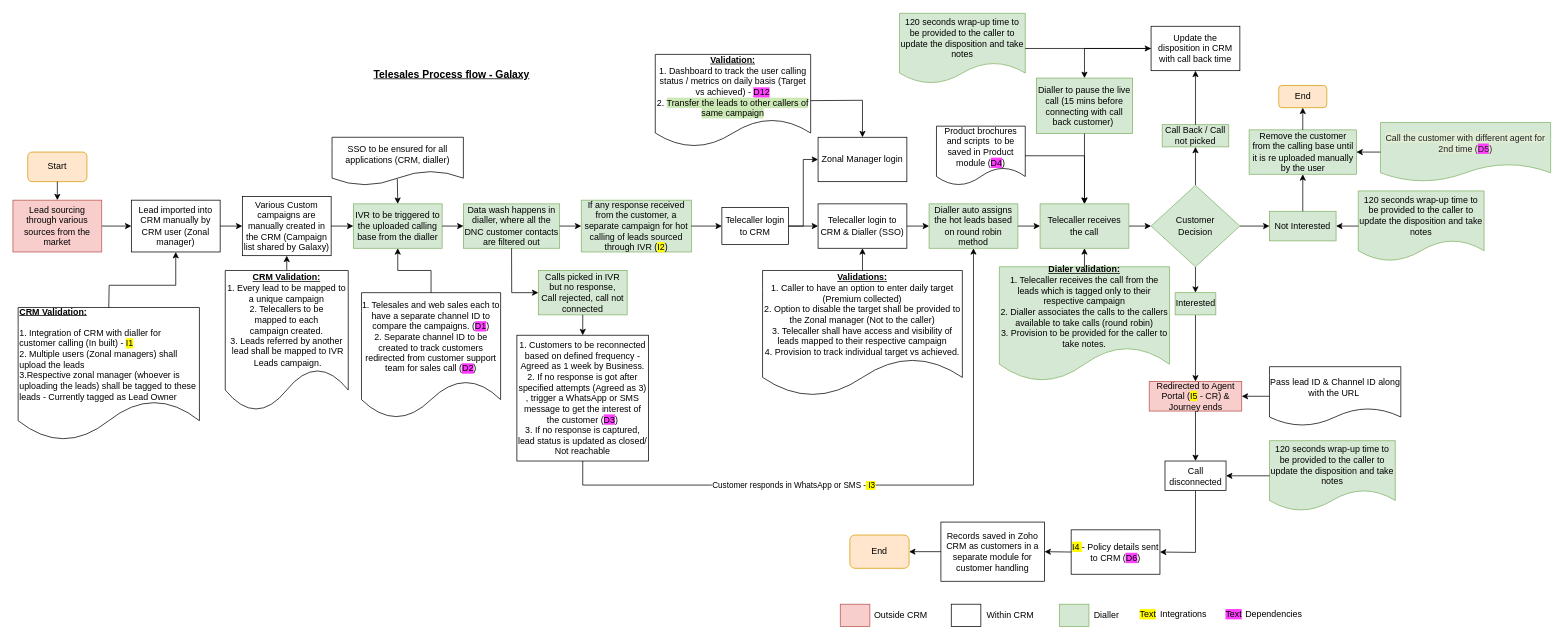
Earlier version of the draw.io diagram TeleSales Revised.drawio (shaileshsreedar/Galaxy). Source tidied: cells renumbered, new cells numbered last; positions are measured from the earlier drawing's top-left corner, leaving out a move shared by most shapes. Both pictures are drawn from the tidied source at 74%, with x=0, y=0 at pixel (13, 13).
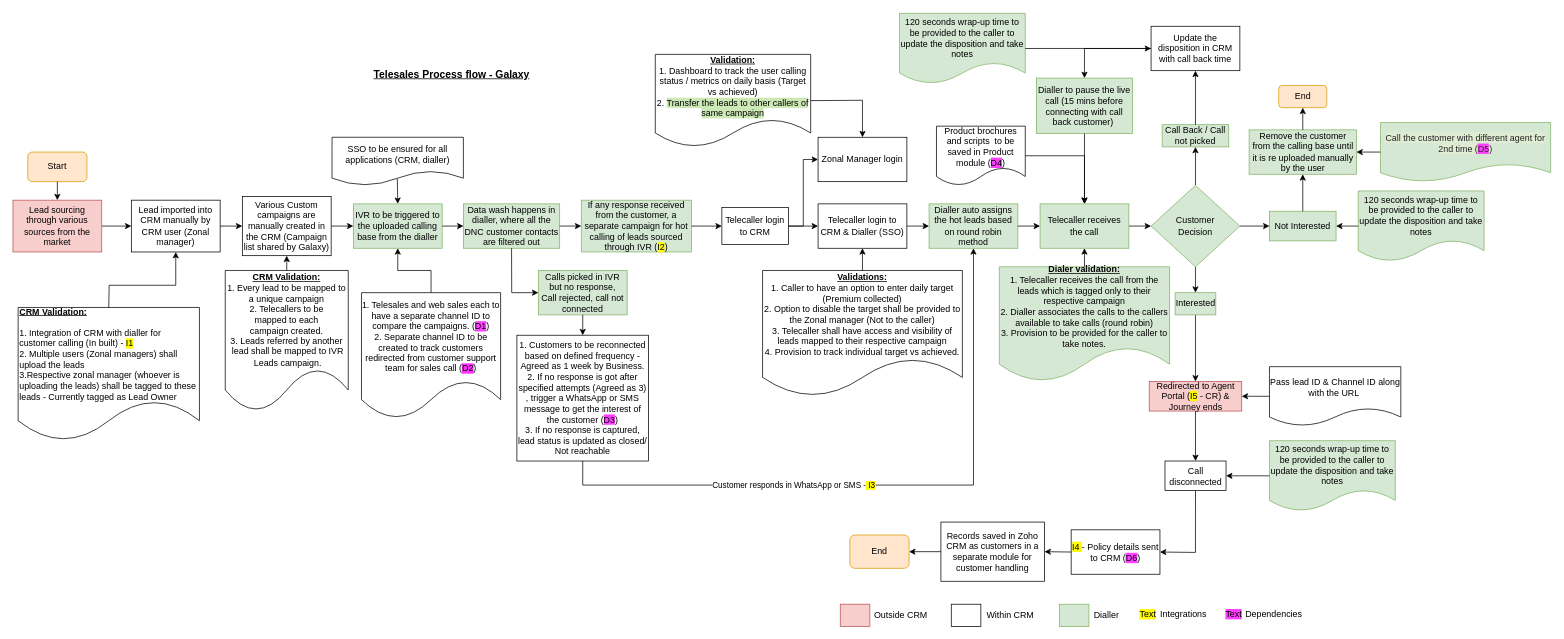
The same diagram, later.

The edit, as a diff of the source:
```diff
@@
-    <mxCell id="77" value="&lt;b&gt;&lt;u&gt;Validation:&lt;/u&gt;&lt;/b&gt;&lt;div&gt;1. Dashboard to track the user calling status / metrics on daily basis (Target vs achieved) - &lt;span style=&quot;background-color: rgb(255, 64, 255);&quot;&gt;D12&lt;/span&gt;&lt;div&gt;2. &lt;span style=&quot;background-color: rgb(204, 232, 181);&quot;&gt;Transfer&amp;nbsp;the leads to other callers of same campaign&lt;/span&gt;&lt;/div&gt;&lt;/div&gt;" style="shape=document;whiteSpace=wrap;html=1;boundedLbl=1;" parent="1" vertex="1">
+    <mxCell id="77" value="&lt;b&gt;&lt;u&gt;Validation:&lt;/u&gt;&lt;/b&gt;&lt;div&gt;1. Dashboard to track the user calling status / metrics on daily basis (Target vs achieved)&lt;div&gt;2. &lt;span style=&quot;background-color: rgb(204, 232, 181);&quot;&gt;Transfer&amp;nbsp;the leads to other callers of same campaign&lt;/span&gt;&lt;/div&gt;&lt;/div&gt;" style="shape=document;whiteSpace=wrap;html=1;boundedLbl=1;" parent="1" vertex="1">
       <mxGeometry x="868" y="56" width="210" height="125" as="geometry" />
     </mxCell>
```
